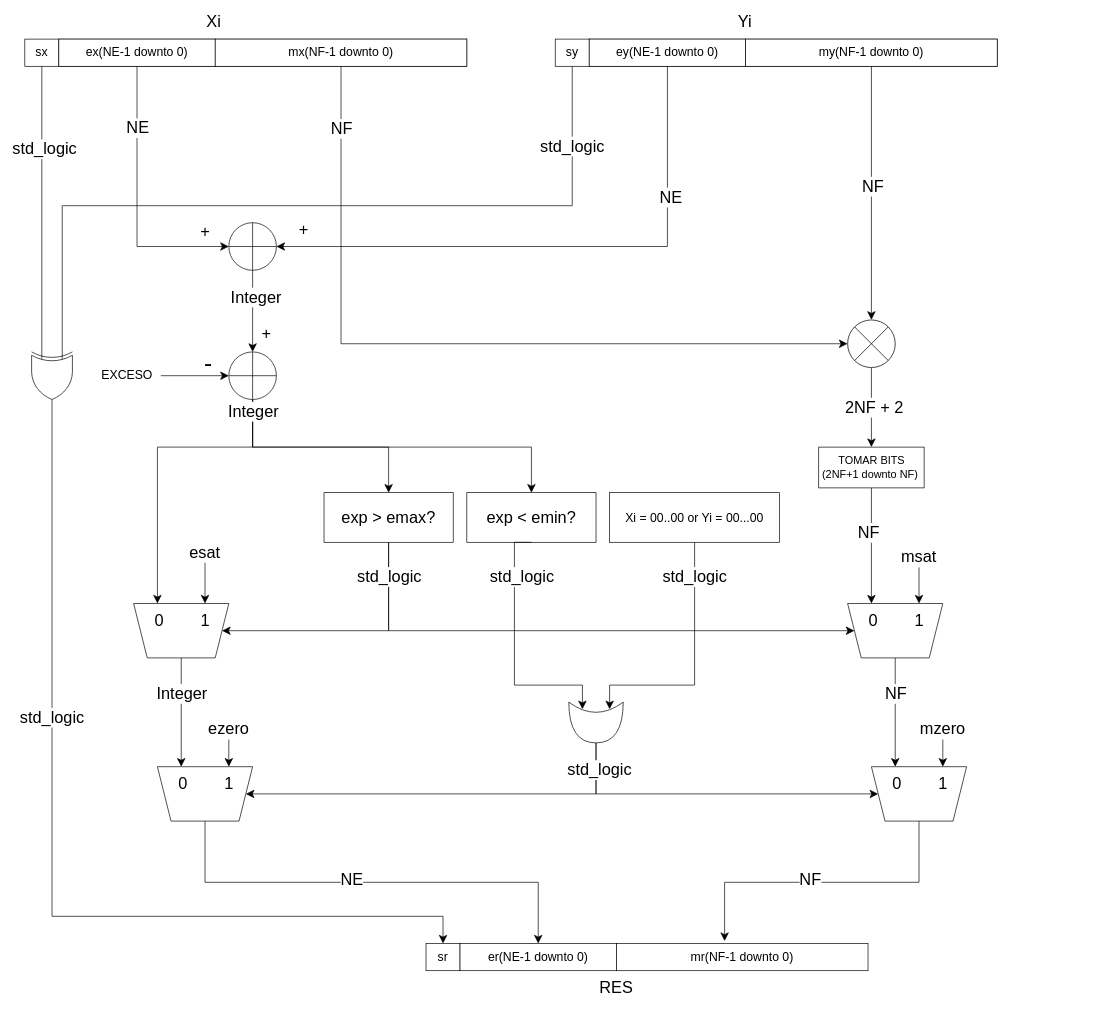
Before: Doc/float_mult.drawio in GrnRant/SistemasDigitalesTP2_GermanRant, a draw.io diagram. Source tidied: cells renumbered, new cells numbered last; positions are measured from the earlier drawing's top-left corner, leaving out a move shared by most shapes. Both pictures are drawn from the tidied source at 68%, with x=0, y=0 at pixel (18, 12).
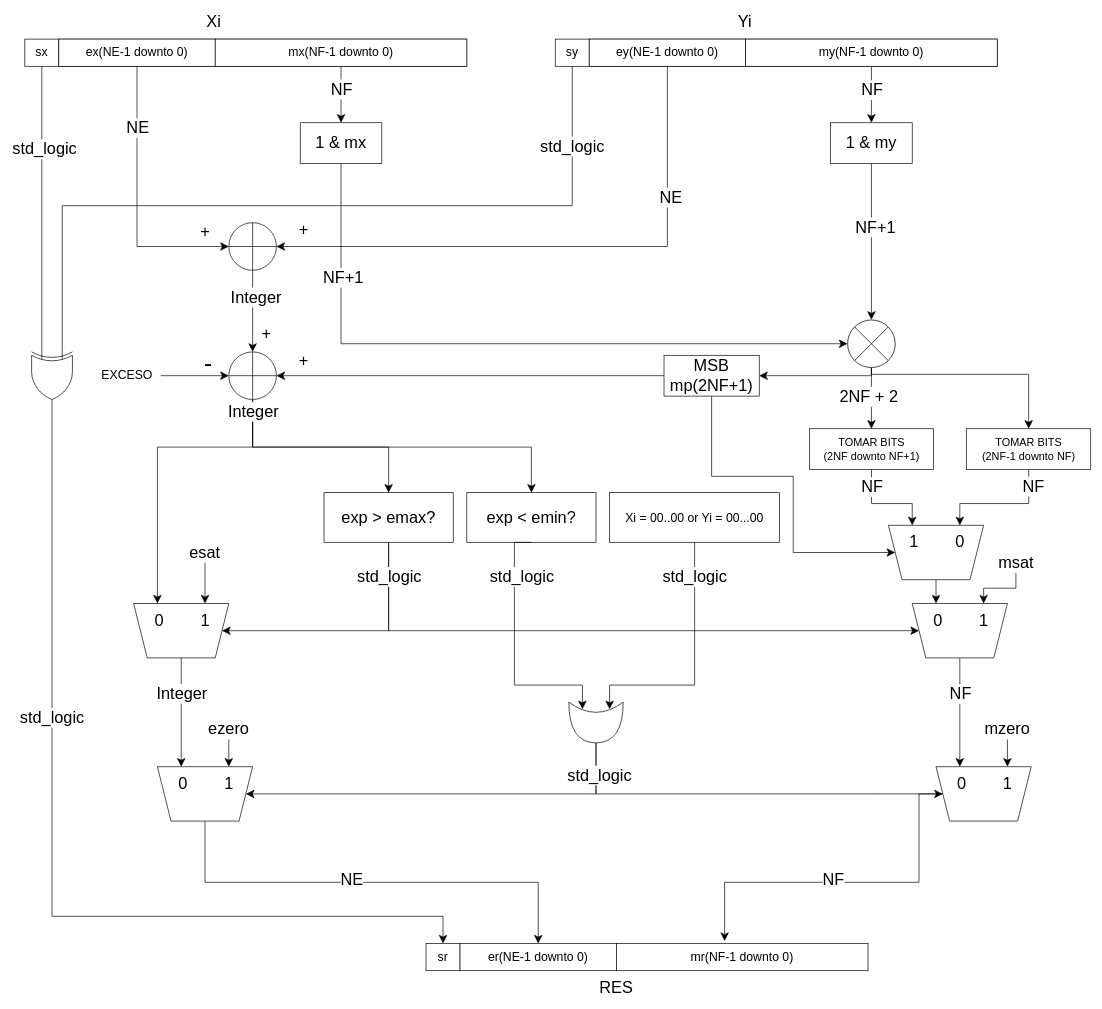
After the change.

The change refers to these unchanged cells:
```xml
<mxCell id="5" value="&lt;font style=&quot;font-size: 18px;&quot;&gt;mx(NF-1 downto 0)&lt;/font&gt;" style="rounded=0;whiteSpace=wrap;html=1;" parent="1" vertex="1">
  <mxGeometry x="290" y="40" width="370" height="40" as="geometry" />
</mxCell>
<mxCell id="9" value="&lt;font style=&quot;font-size: 18px;&quot;&gt;my(NF-1 downto 0)&lt;/font&gt;" style="rounded=0;whiteSpace=wrap;html=1;" parent="1" vertex="1">
  <mxGeometry x="1070" y="40" width="370" height="40" as="geometry" />
</mxCell>
<mxCell id="26" style="verticalLabelPosition=bottom;verticalAlign=top;html=1;shape=mxgraph.flowchart.summing_function;" parent="1" vertex="1">
  <mxGeometry x="310" y="500" width="70" height="70" as="geometry" />
</mxCell>
<mxCell id="46" style="edgeStyle=orthogonalEdgeStyle;shape=connector;rounded=0;jettySize=auto;html=1;exitX=0.855;exitY=0.855;exitDx=0;exitDy=0;exitPerimeter=0;entryX=0.5;entryY=0;entryDx=0;entryDy=0;labelBackgroundColor=default;strokeColor=default;align=center;verticalAlign=middle;fontFamily=Helvetica;fontSize=11;fontColor=default;endArrow=classic;endSize=10;" parent="1" edge="1" source="48" target="89">
  <mxGeometry relative="1" as="geometry" />
</mxCell>
<mxCell id="48" style="verticalLabelPosition=bottom;verticalAlign=top;html=1;shape=mxgraph.flowchart.summing_function;fontFamily=Helvetica;fontSize=11;fontColor=default;rotation=45;" parent="1" vertex="1">
  <mxGeometry x="1220" y="453" width="70" height="70" as="geometry" />
</mxCell>
```

The edit, as a diff of the source:
```diff
@@
+    <mxCell id="93" style="edgeStyle=orthogonalEdgeStyle;shape=connector;rounded=0;jettySize=auto;html=1;exitX=0.5;exitY=1;exitDx=0;exitDy=0;entryX=0.5;entryY=0;entryDx=0;entryDy=0;labelBackgroundColor=default;strokeColor=default;align=center;verticalAlign=middle;fontFamily=Helvetica;fontSize=11;fontColor=default;startArrow=none;startFill=0;endArrow=classic;endFill=1;startSize=10;endSize=10;" parent="1" edge="1" source="5" target="112">
+      <mxGeometry relative="1" as="geometry" />
+    </mxCell>
+    <mxCell id="94" value="&lt;font style=&quot;font-size: 24px;&quot;&gt;NF&lt;/font&gt;" style="edgeLabel;html=1;align=center;verticalAlign=middle;fontSize=11;fontFamily=Helvetica;fontColor=default;" parent="93" vertex="1">
+      <mxGeometry x="-0.42" y="-5" relative="1" as="geometry">
+        <mxPoint x="5" y="9" as="offset" />
+      </mxGeometry>
+    </mxCell>
@@
+    <mxCell id="95" style="edgeStyle=orthogonalEdgeStyle;shape=connector;rounded=0;jettySize=auto;html=1;exitX=0.5;exitY=1;exitDx=0;exitDy=0;entryX=0.5;entryY=0;entryDx=0;entryDy=0;labelBackgroundColor=default;strokeColor=default;align=center;verticalAlign=middle;fontFamily=Helvetica;fontSize=11;fontColor=default;startArrow=none;startFill=0;endArrow=classic;endFill=1;startSize=10;endSize=10;" parent="1" edge="1" source="9" target="113">
+      <mxGeometry relative="1" as="geometry" />
+    </mxCell>
+    <mxCell id="96" value="&lt;font style=&quot;font-size: 24px;&quot;&gt;NF&lt;/font&gt;" style="edgeLabel;html=1;align=center;verticalAlign=middle;fontSize=11;fontFamily=Helvetica;fontColor=default;" parent="95" vertex="1">
+      <mxGeometry x="-0.33" y="2" relative="1" as="geometry">
+        <mxPoint x="-2" y="6" as="offset" />
+      </mxGeometry>
+    </mxCell>
@@
     <mxCell id="47" value="&lt;font style=&quot;font-size: 24px;&quot;&gt;2NF + 2&lt;/font&gt;" style="edgeLabel;html=1;align=center;verticalAlign=middle;fontSize=11;fontFamily=Helvetica;fontColor=default;" parent="46" vertex="1">
       <mxGeometry x="-0.23" y="3" relative="1" as="geometry">
-        <mxPoint y="13" as="offset" />
+        <mxPoint x="-8" y="7" as="offset" />
       </mxGeometry>
     </mxCell>
+    <mxCell id="97" style="edgeStyle=orthogonalEdgeStyle;shape=connector;rounded=0;jettySize=auto;html=1;exitX=0.855;exitY=0.855;exitDx=0;exitDy=0;exitPerimeter=0;entryX=0.5;entryY=0;entryDx=0;entryDy=0;labelBackgroundColor=default;strokeColor=default;align=center;verticalAlign=middle;fontFamily=Helvetica;fontSize=11;fontColor=default;startArrow=none;startFill=0;endArrow=classic;endFill=1;startSize=10;endSize=10;" parent="1" edge="1" source="48" target="109">
+      <mxGeometry relative="1" as="geometry">
+        <Array as="points">
+          <mxPoint x="1255" y="533" />
+          <mxPoint x="1486" y="533" />
+        </Array>
+      </mxGeometry>
+    </mxCell>
@@
-    <mxCell id="49" style="edgeStyle=orthogonalEdgeStyle;shape=connector;rounded=0;jettySize=auto;html=1;exitX=0.5;exitY=1;exitDx=0;exitDy=0;labelBackgroundColor=default;strokeColor=default;align=center;verticalAlign=middle;fontFamily=Helvetica;fontSize=11;fontColor=default;endArrow=classic;endSize=10;entryX=0.145;entryY=0.855;entryDx=0;entryDy=0;entryPerimeter=0;" parent="1" edge="1" source="5" target="48">
-      <mxGeometry relative="1" as="geometry">
-        <Array as="points">
-          <mxPoint x="475" y="488" />
-        </Array>
-      </mxGeometry>
-    </mxCell>
-    <mxCell id="50" value="&lt;font style=&quot;font-size: 24px;&quot;&gt;NF&lt;/font&gt;" style="edgeLabel;html=1;align=center;verticalAlign=middle;fontSize=11;fontFamily=Helvetica;fontColor=default;" parent="49" vertex="1">
-      <mxGeometry x="-0.64" y="-2" relative="1" as="geometry">
-        <mxPoint x="2" y="-117" as="offset" />
-      </mxGeometry>
-    </mxCell>
-    <mxCell id="51" style="edgeStyle=orthogonalEdgeStyle;shape=connector;rounded=0;jettySize=auto;html=1;exitX=0.5;exitY=1;exitDx=0;exitDy=0;entryX=0.145;entryY=0.145;entryDx=0;entryDy=0;entryPerimeter=0;labelBackgroundColor=default;strokeColor=default;align=center;verticalAlign=middle;fontFamily=Helvetica;fontSize=11;fontColor=default;endArrow=classic;endSize=10;" parent="1" edge="1" source="9" target="48">
-      <mxGeometry relative="1" as="geometry" />
-    </mxCell>
-    <mxCell id="52" value="&lt;font style=&quot;font-size: 24px;&quot;&gt;NF&lt;/font&gt;" style="edgeLabel;html=1;align=center;verticalAlign=middle;fontSize=11;fontFamily=Helvetica;fontColor=default;" parent="51" vertex="1">
-      <mxGeometry x="-0.06" y="1" relative="1" as="geometry">
-        <mxPoint y="1" as="offset" />
-      </mxGeometry>
-    </mxCell>
@@
     <mxCell id="77" style="shape=trapezoid;perimeter=trapezoidPerimeter;whiteSpace=wrap;html=1;fixedSize=1;rotation=-180;" parent="1" vertex="1">
-      <mxGeometry x="1220" y="870" width="140" height="80" as="geometry" />
+      <mxGeometry x="1315" y="870" width="140" height="80" as="geometry" />
     </mxCell>
@@
     <mxCell id="79" value="&lt;font style=&quot;font-size: 24px;&quot;&gt;msat&lt;/font&gt;" style="text;html=1;strokeColor=none;fillColor=none;align=center;verticalAlign=middle;whiteSpace=wrap;rounded=0;fontSize=11;fontFamily=Helvetica;fontColor=default;" parent="1" vertex="1">
-      <mxGeometry x="1295" y="787" width="60" height="30" as="geometry" />
+      <mxGeometry x="1437.5" y="795" width="60" height="30" as="geometry" />
     </mxCell>
     <mxCell id="80" value="&lt;font style=&quot;font-size: 24px;&quot;&gt;0&lt;/font&gt;" style="text;html=1;strokeColor=none;fillColor=none;align=center;verticalAlign=middle;whiteSpace=wrap;rounded=0;fontSize=11;fontFamily=Helvetica;fontColor=default;" parent="1" vertex="1">
-      <mxGeometry x="1240" y="880" width="36" height="30" as="geometry" />
+      <mxGeometry x="1335" y="880" width="36" height="30" as="geometry" />
     </mxCell>
     <mxCell id="81" value="&lt;font style=&quot;font-size: 24px;&quot;&gt;1&lt;/font&gt;" style="text;html=1;strokeColor=none;fillColor=none;align=center;verticalAlign=middle;whiteSpace=wrap;rounded=0;fontSize=11;fontFamily=Helvetica;fontColor=default;" parent="1" vertex="1">
-      <mxGeometry x="1307.5" y="880" width="35" height="30" as="geometry" />
+      <mxGeometry x="1402.5" y="880" width="35" height="30" as="geometry" />
     </mxCell>
     <mxCell id="82" style="shape=trapezoid;perimeter=trapezoidPerimeter;whiteSpace=wrap;html=1;fixedSize=1;rotation=-180;" parent="1" vertex="1">
-      <mxGeometry x="1255" y="1110" width="140" height="80" as="geometry" />
+      <mxGeometry x="1350" y="1110" width="140" height="80" as="geometry" />
     </mxCell>
     <mxCell id="83" value="&lt;font style=&quot;font-size: 24px;&quot;&gt;0&lt;/font&gt;" style="text;html=1;strokeColor=none;fillColor=none;align=center;verticalAlign=middle;whiteSpace=wrap;rounded=0;fontSize=11;fontFamily=Helvetica;fontColor=default;" parent="1" vertex="1">
-      <mxGeometry x="1275" y="1120" width="36" height="30" as="geometry" />
+      <mxGeometry x="1370" y="1120" width="36" height="30" as="geometry" />
     </mxCell>
     <mxCell id="84" value="&lt;font style=&quot;font-size: 24px;&quot;&gt;1&lt;/font&gt;" style="text;html=1;strokeColor=none;fillColor=none;align=center;verticalAlign=middle;whiteSpace=wrap;rounded=0;fontSize=11;fontFamily=Helvetica;fontColor=default;" parent="1" vertex="1">
-      <mxGeometry x="1342.5" y="1120" width="35" height="30" as="geometry" />
+      <mxGeometry x="1437.5" y="1120" width="35" height="30" as="geometry" />
     </mxCell>
@@
     <mxCell id="86" value="&lt;font style=&quot;font-size: 24px;&quot;&gt;mzero&lt;/font&gt;" style="text;html=1;strokeColor=none;fillColor=none;align=center;verticalAlign=middle;whiteSpace=wrap;rounded=0;fontSize=11;fontFamily=Helvetica;fontColor=default;" parent="1" vertex="1">
-      <mxGeometry x="1330" y="1040" width="60" height="30" as="geometry" />
+      <mxGeometry x="1425" y="1040" width="60" height="30" as="geometry" />
     </mxCell>
-    <mxCell id="87" style="edgeStyle=orthogonalEdgeStyle;shape=connector;rounded=0;jettySize=auto;html=1;exitX=0.5;exitY=1;exitDx=0;exitDy=0;entryX=0.75;entryY=1;entryDx=0;entryDy=0;labelBackgroundColor=default;strokeColor=default;align=center;verticalAlign=middle;fontFamily=Helvetica;fontSize=11;fontColor=default;endArrow=classic;endSize=10;" parent="1" edge="1" source="89" target="77">
-      <mxGeometry relative="1" as="geometry" />
-    </mxCell>
-    <mxCell id="88" value="&lt;span style=&quot;font-size: 24px;&quot;&gt;NF&lt;/span&gt;" style="edgeLabel;html=1;align=center;verticalAlign=middle;fontSize=11;fontFamily=Helvetica;fontColor=default;" parent="87" vertex="1">
-      <mxGeometry x="-0.24" y="-5" relative="1" as="geometry" />
-    </mxCell>
+    <mxCell id="98" style="edgeStyle=orthogonalEdgeStyle;shape=connector;rounded=0;jettySize=auto;html=1;entryX=0.75;entryY=1;entryDx=0;entryDy=0;labelBackgroundColor=default;strokeColor=default;align=center;verticalAlign=middle;fontFamily=Helvetica;fontSize=11;fontColor=default;startArrow=none;startFill=0;endArrow=classic;endFill=1;startSize=10;endSize=10;" parent="1" edge="1" source="89" target="105">
+      <mxGeometry relative="1" as="geometry">
+        <Array as="points">
+          <mxPoint x="1255" y="723" />
+          <mxPoint x="1315" y="723" />
+        </Array>
+      </mxGeometry>
+    </mxCell>
-    <mxCell id="89" value="&lt;font size=&quot;3&quot;&gt;TOMAR BITS (2NF+1 downto NF)&amp;nbsp;&lt;/font&gt;" style="rounded=0;whiteSpace=wrap;html=1;fontFamily=Helvetica;fontSize=11;fontColor=default;" parent="1" vertex="1">
-      <mxGeometry x="1177.5" y="640" width="155" height="60" as="geometry" />
+    <mxCell id="89" value="&lt;font size=&quot;3&quot;&gt;TOMAR BITS&lt;br&gt;&amp;nbsp;(2NF downto NF+1)&amp;nbsp;&lt;/font&gt;" style="rounded=0;whiteSpace=wrap;html=1;fontFamily=Helvetica;fontSize=11;fontColor=default;" parent="1" vertex="1">
+      <mxGeometry x="1163.8" y="613" width="182.5" height="60" as="geometry" />
     </mxCell>
@@
+    <mxCell id="99" style="edgeStyle=orthogonalEdgeStyle;rounded=0;jettySize=auto;html=1;endArrow=none;endFill=0;startArrow=classic;startFill=1;startSize=10;endSize=10;entryX=0.855;entryY=0.855;entryDx=0;entryDy=0;entryPerimeter=0;" parent="1" edge="1" source="101" target="48">
+      <mxGeometry relative="1" as="geometry">
+        <Array as="points">
+          <mxPoint x="1255" y="535" />
+        </Array>
+      </mxGeometry>
+    </mxCell>
+    <mxCell id="100" style="edgeStyle=orthogonalEdgeStyle;shape=connector;rounded=0;jettySize=auto;html=1;entryX=1;entryY=0.5;entryDx=0;entryDy=0;labelBackgroundColor=default;strokeColor=default;align=center;verticalAlign=middle;fontFamily=Helvetica;fontSize=11;fontColor=default;startArrow=none;startFill=0;endArrow=classic;endFill=1;startSize=10;endSize=10;" parent="1" edge="1" source="101" target="105">
+      <mxGeometry relative="1" as="geometry">
+        <Array as="points">
+          <mxPoint x="1020" y="683" />
+          <mxPoint x="1140" y="683" />
+          <mxPoint x="1140" y="795" />
+        </Array>
+      </mxGeometry>
+    </mxCell>
+    <mxCell id="101" value="&lt;font style=&quot;font-size: 24px;&quot;&gt;MSB&lt;br&gt;mp(2NF+1)&lt;br&gt;&lt;/font&gt;" style="rounded=0;whiteSpace=wrap;html=1;" parent="1" vertex="1">
+      <mxGeometry x="950" y="505" width="140" height="60" as="geometry" />
+    </mxCell>
+    <mxCell id="102" style="edgeStyle=orthogonalEdgeStyle;shape=connector;rounded=0;jettySize=auto;html=1;exitX=0;exitY=0.5;exitDx=0;exitDy=0;entryX=1;entryY=0.5;entryDx=0;entryDy=0;entryPerimeter=0;labelBackgroundColor=default;strokeColor=default;align=center;verticalAlign=middle;fontFamily=Helvetica;fontSize=11;fontColor=default;startArrow=none;startFill=0;endArrow=classic;endFill=1;startSize=10;endSize=10;" parent="1" edge="1" source="101" target="26">
+      <mxGeometry relative="1" as="geometry" />
+    </mxCell>
+    <mxCell id="103" value="&lt;font style=&quot;font-size: 24px;&quot;&gt;+&lt;/font&gt;" style="text;html=1;align=center;verticalAlign=middle;strokeColor=none;fillColor=none;" parent="1" vertex="1">
+      <mxGeometry x="400" y="493" width="40" height="40" as="geometry" />
+    </mxCell>
+    <mxCell id="104" style="edgeStyle=orthogonalEdgeStyle;shape=connector;rounded=0;jettySize=auto;html=1;exitX=0.5;exitY=0;exitDx=0;exitDy=0;entryX=0.75;entryY=1;entryDx=0;entryDy=0;labelBackgroundColor=default;strokeColor=default;align=center;verticalAlign=middle;fontFamily=Helvetica;fontSize=11;fontColor=default;startArrow=none;startFill=0;endArrow=classic;endFill=1;startSize=10;endSize=10;" parent="1" edge="1" source="105" target="77">
+      <mxGeometry relative="1" as="geometry" />
+    </mxCell>
+    <mxCell id="105" style="shape=trapezoid;perimeter=trapezoidPerimeter;whiteSpace=wrap;html=1;fixedSize=1;rotation=-180;" parent="1" vertex="1">
+      <mxGeometry x="1280" y="755" width="140" height="80" as="geometry" />
+    </mxCell>
+    <mxCell id="106" value="&lt;font style=&quot;font-size: 24px;&quot;&gt;1&lt;/font&gt;" style="text;html=1;strokeColor=none;fillColor=none;align=center;verticalAlign=middle;whiteSpace=wrap;rounded=0;fontSize=11;fontFamily=Helvetica;fontColor=default;" parent="1" vertex="1">
+      <mxGeometry x="1300" y="765" width="36" height="30" as="geometry" />
+    </mxCell>
+    <mxCell id="107" value="&lt;font style=&quot;font-size: 24px;&quot;&gt;0&lt;/font&gt;" style="text;html=1;strokeColor=none;fillColor=none;align=center;verticalAlign=middle;whiteSpace=wrap;rounded=0;fontSize=11;fontFamily=Helvetica;fontColor=default;" parent="1" vertex="1">
+      <mxGeometry x="1367.5" y="765" width="35" height="30" as="geometry" />
+    </mxCell>
+    <mxCell id="108" style="edgeStyle=orthogonalEdgeStyle;shape=connector;rounded=0;jettySize=auto;html=1;entryX=0.25;entryY=1;entryDx=0;entryDy=0;labelBackgroundColor=default;strokeColor=default;align=center;verticalAlign=middle;fontFamily=Helvetica;fontSize=11;fontColor=default;startArrow=none;startFill=0;endArrow=classic;endFill=1;startSize=10;endSize=10;" parent="1" edge="1" source="109" target="105">
+      <mxGeometry relative="1" as="geometry">
+        <Array as="points">
+          <mxPoint x="1486" y="723" />
+          <mxPoint x="1385" y="723" />
+        </Array>
+      </mxGeometry>
+    </mxCell>
+    <mxCell id="109" value="&lt;font size=&quot;3&quot;&gt;TOMAR BITS&lt;br&gt;&amp;nbsp;(2NF-1 downto NF)&amp;nbsp;&lt;/font&gt;" style="rounded=0;whiteSpace=wrap;html=1;fontFamily=Helvetica;fontSize=11;fontColor=default;" parent="1" vertex="1">
+      <mxGeometry x="1395" y="613" width="182.5" height="60" as="geometry" />
+    </mxCell>
+    <mxCell id="110" value="&lt;span style=&quot;font-size: 24px;&quot;&gt;NF&lt;/span&gt;" style="edgeLabel;html=1;align=center;verticalAlign=middle;fontSize=11;fontFamily=Helvetica;fontColor=default;" parent="1" vertex="1">
+      <mxGeometry x="1395" y="1011.8" as="geometry">
+        <mxPoint x="-140" y="-313" as="offset" />
+      </mxGeometry>
+    </mxCell>
+    <mxCell id="111" value="&lt;span style=&quot;font-size: 24px;&quot;&gt;NF&lt;/span&gt;" style="edgeLabel;html=1;align=center;verticalAlign=middle;fontSize=11;fontFamily=Helvetica;fontColor=default;" parent="1" vertex="1">
+      <mxGeometry x="1405" y="1021.8" as="geometry">
+        <mxPoint x="87" y="-324" as="offset" />
+      </mxGeometry>
+    </mxCell>
+    <mxCell id="112" value="&lt;font style=&quot;font-size: 24px;&quot;&gt;1 &amp;amp; mx&lt;/font&gt;" style="rounded=0;whiteSpace=wrap;html=1;fontFamily=Helvetica;fontSize=11;fontColor=default;" parent="1" vertex="1">
+      <mxGeometry x="415" y="163" width="120" height="60" as="geometry" />
+    </mxCell>
+    <mxCell id="113" value="&lt;font style=&quot;font-size: 24px;&quot;&gt;1 &amp;amp; my&lt;/font&gt;" style="rounded=0;whiteSpace=wrap;html=1;fontFamily=Helvetica;fontSize=11;fontColor=default;" parent="1" vertex="1">
+      <mxGeometry x="1195" y="163" width="120" height="60" as="geometry" />
+    </mxCell>
+    <mxCell id="114" style="edgeStyle=orthogonalEdgeStyle;shape=connector;rounded=0;jettySize=auto;html=1;exitX=0.5;exitY=1;exitDx=0;exitDy=0;entryX=0.145;entryY=0.855;entryDx=0;entryDy=0;entryPerimeter=0;labelBackgroundColor=default;strokeColor=default;align=center;verticalAlign=middle;fontFamily=Helvetica;fontSize=11;fontColor=default;startArrow=none;startFill=0;endArrow=classic;endFill=1;startSize=10;endSize=10;" parent="1" edge="1" source="112" target="48">
+      <mxGeometry relative="1" as="geometry">
+        <Array as="points">
+          <mxPoint x="475" y="488" />
+        </Array>
+      </mxGeometry>
+    </mxCell>
+    <mxCell id="115" value="&lt;font style=&quot;font-size: 24px;&quot;&gt;NF+1&lt;/font&gt;" style="edgeLabel;html=1;align=center;verticalAlign=middle;fontSize=11;fontFamily=Helvetica;fontColor=default;" parent="114" vertex="1">
+      <mxGeometry x="-0.67" y="2" relative="1" as="geometry" />
+    </mxCell>
+    <mxCell id="116" style="edgeStyle=orthogonalEdgeStyle;shape=connector;rounded=0;jettySize=auto;html=1;exitX=0.5;exitY=1;exitDx=0;exitDy=0;entryX=0.145;entryY=0.145;entryDx=0;entryDy=0;entryPerimeter=0;labelBackgroundColor=default;strokeColor=default;align=center;verticalAlign=middle;fontFamily=Helvetica;fontSize=11;fontColor=default;startArrow=none;startFill=0;endArrow=classic;endFill=1;startSize=10;endSize=10;" parent="1" edge="1" source="113" target="48">
+      <mxGeometry relative="1" as="geometry" />
+    </mxCell>
+    <mxCell id="117" value="&lt;font style=&quot;font-size: 24px;&quot;&gt;NF+1&lt;/font&gt;" style="edgeLabel;html=1;align=center;verticalAlign=middle;fontSize=11;fontFamily=Helvetica;fontColor=default;" parent="116" vertex="1">
+      <mxGeometry x="-0.19" y="5" relative="1" as="geometry" />
+    </mxCell>
```
